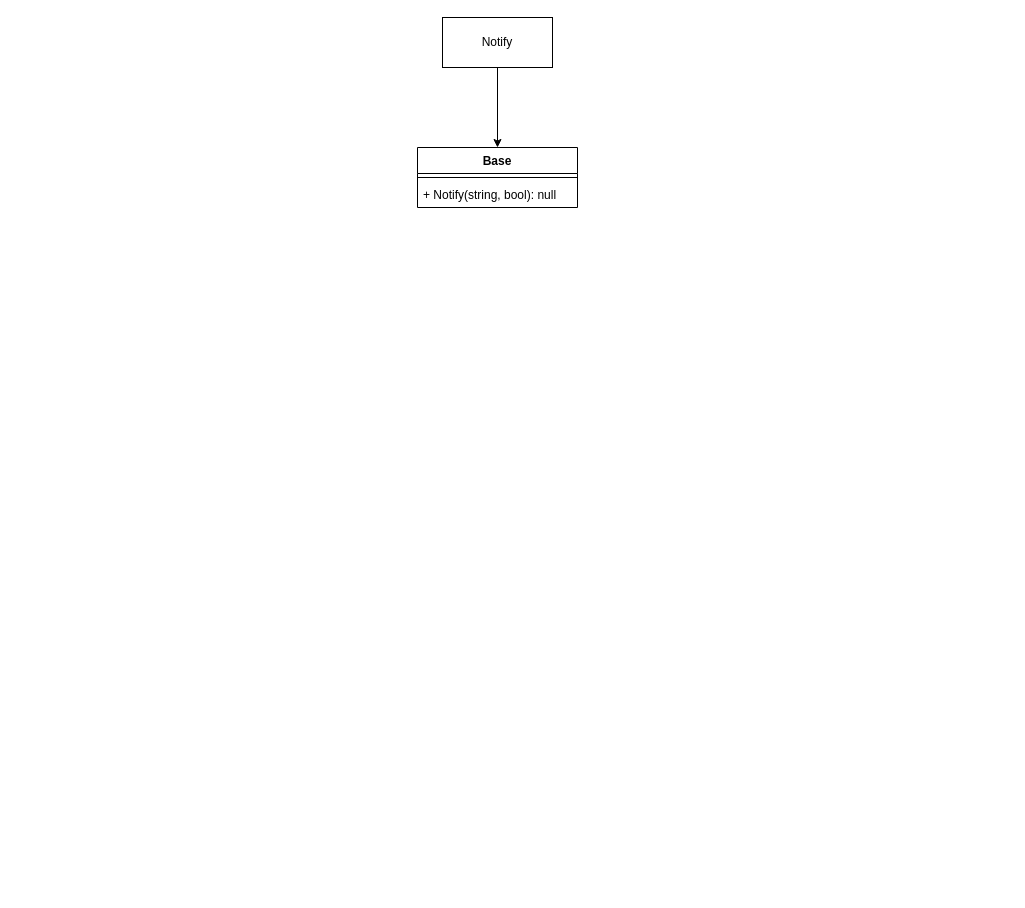
Earlier version of the draw.io diagram Диаграмма без названия.drawio (Ryize/Volma). Source tidied: cells renumbered, new cells numbered last; positions are measured from the earlier drawing's top-left corner, leaving out a move shared by most shapes. Both pictures are drawn from the tidied source at 100%, with x=0, y=0 at pixel (417, 17).
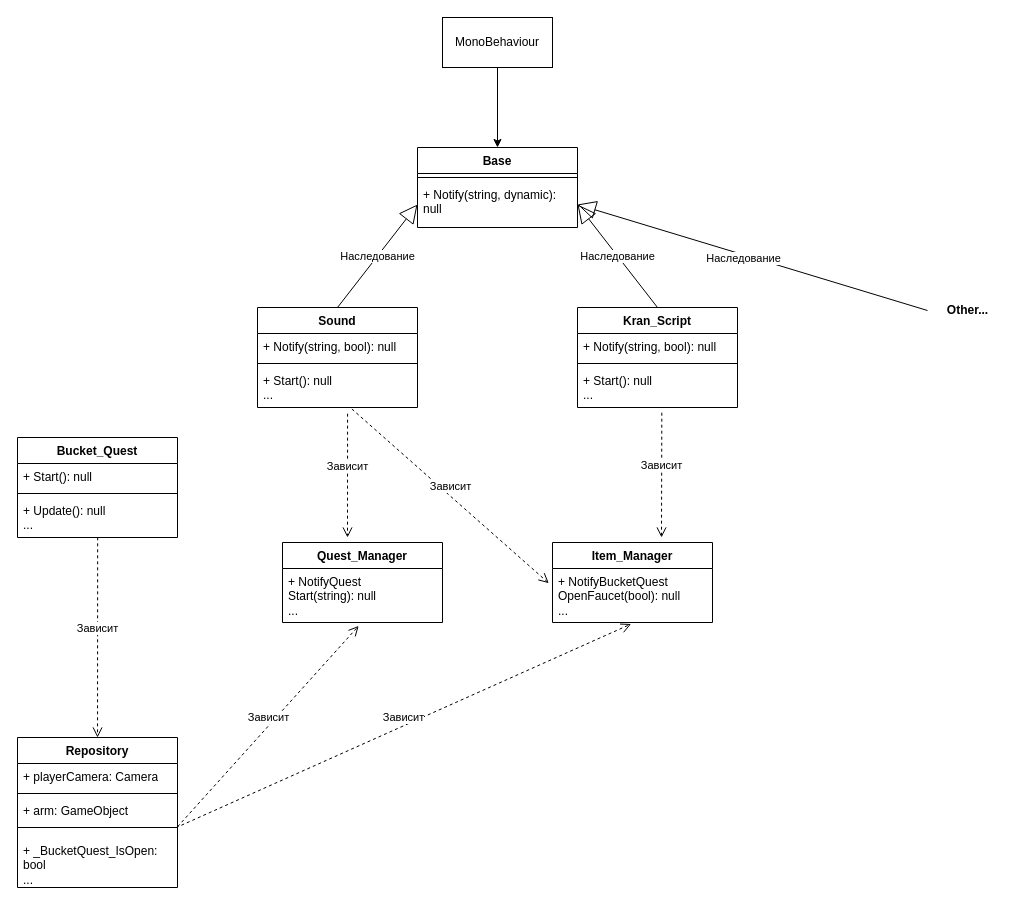
The same diagram, later.

Commit message:
Первый стабильный вариант диаграммы архитектуры

The edit, as a diff of the source:
```diff
@@
-    <mxCell id="3" value="Notify" style="html=1;whiteSpace=wrap;" parent="1" vertex="1">
+    <mxCell id="3" value="MonoBehaviour" style="html=1;whiteSpace=wrap;" parent="1" vertex="1">
       <mxGeometry x="25" width="110" height="50" as="geometry" />
     </mxCell>
     <mxCell id="4" value="Base" style="swimlane;fontStyle=1;align=center;verticalAlign=top;horizontal=1;startSize=26;whiteSpace=wrap;html=1;" parent="1" vertex="1">
-      <mxGeometry y="130" width="160" height="60" as="geometry" />
+      <mxGeometry y="130" width="160" height="80" as="geometry" />
     </mxCell>
@@
-    <mxCell id="6" value="+ Notify(string, bool): null" style="text;strokeColor=none;fillColor=none;align=left;verticalAlign=top;spacingLeft=4;spacingRight=4;overflow=hidden;points=[[0,0.5],[1,0.5]];portConstraint=eastwest;whiteSpace=wrap;html=1;" parent="4" vertex="1">
-      <mxGeometry y="34" width="160" height="26" as="geometry" />
+    <mxCell id="6" value="+ Notify(string,&amp;nbsp;dynamic&lt;span style=&quot;background-color: initial;&quot;&gt;): null&lt;/span&gt;" style="text;strokeColor=none;fillColor=none;align=left;verticalAlign=top;spacingLeft=4;spacingRight=4;overflow=hidden;points=[[0,0.5],[1,0.5]];portConstraint=eastwest;whiteSpace=wrap;html=1;" parent="4" vertex="1">
+      <mxGeometry y="34" width="160" height="46" as="geometry" />
     </mxCell>
+    <mxCell id="7" value="Sound" style="swimlane;fontStyle=1;align=center;verticalAlign=top;horizontal=1;startSize=26;whiteSpace=wrap;html=1;" parent="1" vertex="1">
+      <mxGeometry x="-160" y="290" width="160" height="100" as="geometry" />
+    </mxCell>
+    <mxCell id="8" value="+ Notify(string, bool): null" style="text;strokeColor=none;fillColor=none;align=left;verticalAlign=top;spacingLeft=4;spacingRight=4;overflow=hidden;whiteSpace=wrap;html=1;" parent="7" vertex="1">
+      <mxGeometry y="26" width="160" height="26" as="geometry" />
+    </mxCell>
+    <mxCell id="9" style="line;strokeWidth=1;fillColor=none;align=left;verticalAlign=middle;spacingTop=-1;spacingLeft=3;spacingRight=3;labelPosition=right;strokeColor=inherit;" parent="7" vertex="1">
+      <mxGeometry y="52" width="160" height="8" as="geometry" />
+    </mxCell>
+    <mxCell id="10" value="+ Start(): null&lt;br&gt;..." style="text;strokeColor=none;fillColor=none;align=left;verticalAlign=top;spacingLeft=4;spacingRight=4;overflow=hidden;points=[[0,0.5],[1,0.5]];portConstraint=eastwest;whiteSpace=wrap;html=1;" parent="7" vertex="1">
+      <mxGeometry y="60" width="160" height="40" as="geometry" />
+    </mxCell>
+    <mxCell id="11" value="Kran_Script" style="swimlane;fontStyle=1;align=center;verticalAlign=top;horizontal=1;startSize=26;whiteSpace=wrap;html=1;" parent="1" vertex="1">
+      <mxGeometry x="160" y="290" width="160" height="100" as="geometry" />
+    </mxCell>
+    <mxCell id="12" value="+ Notify(string, bool): null" style="text;strokeColor=none;fillColor=none;align=left;verticalAlign=top;spacingLeft=4;spacingRight=4;overflow=hidden;whiteSpace=wrap;html=1;" parent="11" vertex="1">
+      <mxGeometry y="26" width="160" height="26" as="geometry" />
+    </mxCell>
+    <mxCell id="13" style="line;strokeWidth=1;fillColor=none;align=left;verticalAlign=middle;spacingTop=-1;spacingLeft=3;spacingRight=3;labelPosition=right;strokeColor=inherit;" parent="11" vertex="1">
+      <mxGeometry y="52" width="160" height="8" as="geometry" />
+    </mxCell>
+    <mxCell id="14" value="+ Start(): null&lt;br&gt;..." style="text;strokeColor=none;fillColor=none;align=left;verticalAlign=top;spacingLeft=4;spacingRight=4;overflow=hidden;points=[[0,0.5],[1,0.5]];portConstraint=eastwest;whiteSpace=wrap;html=1;" parent="11" vertex="1">
+      <mxGeometry y="60" width="160" height="40" as="geometry" />
+    </mxCell>
+    <mxCell id="15" value="Наследование" style="endArrow=block;endSize=16;endFill=0;html=1;rounded=0;entryX=1;entryY=0.5;entryDx=0;entryDy=0;exitX=0.5;exitY=0;exitDx=0;exitDy=0;" parent="1" edge="1" source="11" target="6">
+      <mxGeometry relative="1" as="geometry" />
+    </mxCell>
+    <mxCell id="16" value="Наследование" style="endArrow=block;endSize=16;endFill=0;html=1;rounded=0;exitX=0.5;exitY=0;exitDx=0;exitDy=0;entryX=0;entryY=0.5;entryDx=0;entryDy=0;" parent="1" edge="1" source="7" target="6">
+      <mxGeometry relative="1" as="geometry" />
+    </mxCell>
+    <mxCell id="17" style="endArrow=block;endSize=16;endFill=0;html=1;rounded=0;entryX=1;entryY=0.5;entryDx=0;entryDy=0;exitX=0;exitY=0.5;exitDx=0;exitDy=0;" parent="1" edge="1" source="19" target="6">
+      <mxGeometry relative="1" as="geometry" />
+    </mxCell>
+    <mxCell id="18" value="Наследование" style="edgeLabel;html=1;align=center;verticalAlign=middle;" parent="17" vertex="1">
+      <mxGeometry x="0.05" y="3" relative="1" as="geometry" />
+    </mxCell>
+    <mxCell id="19" value="Other..." style="text;align=center;fontStyle=1;verticalAlign=middle;spacingLeft=3;spacingRight=3;strokeColor=none;points=[[0,0.5],[1,0.5]];portConstraint=eastwest;html=1;" parent="1" vertex="1">
+      <mxGeometry x="510" y="280" width="80" height="26" as="geometry" />
+    </mxCell>
+    <mxCell id="20" value="Item_Manager" style="swimlane;fontStyle=1;align=center;verticalAlign=top;horizontal=1;startSize=26;whiteSpace=wrap;html=1;" parent="1" vertex="1">
+      <mxGeometry x="135" y="525" width="160" height="80" as="geometry" />
+    </mxCell>
+    <mxCell id="21" value="+ NotifyBucketQuest&lt;br&gt;OpenFaucet(bool): null&lt;br&gt;..." style="text;strokeColor=none;fillColor=none;align=left;verticalAlign=top;spacingLeft=4;spacingRight=4;overflow=hidden;points=[[0,0.5],[1,0.5]];portConstraint=eastwest;whiteSpace=wrap;html=1;" parent="20" vertex="1">
+      <mxGeometry y="26" width="160" height="54" as="geometry" />
+    </mxCell>
+    <mxCell id="22" value="Quest_Manager" style="swimlane;fontStyle=1;align=center;verticalAlign=top;horizontal=1;startSize=26;whiteSpace=wrap;html=1;" parent="1" vertex="1">
+      <mxGeometry x="-135" y="525" width="160" height="80" as="geometry" />
+    </mxCell>
+    <mxCell id="23" value="+ NotifyQuest&lt;br&gt;Start(string): null&lt;br&gt;..." style="text;strokeColor=none;fillColor=none;align=left;verticalAlign=top;spacingLeft=4;spacingRight=4;overflow=hidden;points=[[0,0.5],[1,0.5]];portConstraint=eastwest;whiteSpace=wrap;html=1;" parent="22" vertex="1">
+      <mxGeometry y="26" width="160" height="54" as="geometry" />
+    </mxCell>
+    <mxCell id="24" value="Зависит" style="html=1;verticalAlign=bottom;endArrow=open;dashed=1;endSize=8;curved=0;rounded=0;exitX=0.59;exitY=1.038;exitDx=0;exitDy=0;exitPerimeter=0;entryX=-0.023;entryY=0.272;entryDx=0;entryDy=0;entryPerimeter=0;" parent="1" edge="1" source="10" target="21">
+      <mxGeometry relative="1" as="geometry" />
+    </mxCell>
+    <mxCell id="25" value="Зависит" style="html=1;verticalAlign=bottom;endArrow=open;dashed=1;endSize=8;curved=0;rounded=0;exitX=0.563;exitY=1.154;exitDx=0;exitDy=0;exitPerimeter=0;" parent="1" edge="1" source="10">
+      <mxGeometry relative="1" as="geometry">
+        <mxPoint x="-70" y="520" as="targetPoint" />
+      </mxGeometry>
+    </mxCell>
+    <mxCell id="26" value="Зависит" style="html=1;verticalAlign=bottom;endArrow=open;dashed=1;endSize=8;curved=0;rounded=0;exitX=0.527;exitY=1.13;exitDx=0;exitDy=0;exitPerimeter=0;" parent="1" edge="1" source="14">
+      <mxGeometry relative="1" as="geometry">
+        <mxPoint x="244" y="520" as="targetPoint" />
+      </mxGeometry>
+    </mxCell>
+    <mxCell id="27" value="Repository" style="swimlane;fontStyle=1;align=center;verticalAlign=top;horizontal=1;startSize=26;whiteSpace=wrap;html=1;" parent="1" vertex="1">
+      <mxGeometry x="-400" y="720" width="160" height="150" as="geometry" />
+    </mxCell>
+    <mxCell id="28" value="+ playerCamera: Camera" style="text;strokeColor=none;fillColor=none;align=left;verticalAlign=top;spacingLeft=4;spacingRight=4;overflow=hidden;whiteSpace=wrap;html=1;" parent="27" vertex="1">
+      <mxGeometry y="26" width="160" height="26" as="geometry" />
+    </mxCell>
+    <mxCell id="29" style="line;strokeWidth=1;fillColor=none;align=left;verticalAlign=middle;spacingTop=-1;spacingLeft=3;spacingRight=3;labelPosition=right;strokeColor=inherit;" parent="27" vertex="1">
+      <mxGeometry y="52" width="160" height="8" as="geometry" />
+    </mxCell>
+    <mxCell id="30" value="+ arm: GameObject" style="text;strokeColor=none;fillColor=none;align=left;verticalAlign=top;spacingLeft=4;spacingRight=4;overflow=hidden;whiteSpace=wrap;html=1;" parent="27" vertex="1">
+      <mxGeometry y="60" width="160" height="20" as="geometry" />
+    </mxCell>
+    <mxCell id="31" style="line;strokeWidth=1;fillColor=none;align=left;verticalAlign=middle;spacingTop=-1;spacingLeft=3;spacingRight=3;labelPosition=right;points=[];portConstraint=eastwest;strokeColor=inherit;" parent="27" vertex="1">
+      <mxGeometry y="80" width="160" height="20" as="geometry" />
+    </mxCell>
+    <mxCell id="32" value="+&amp;nbsp;_BucketQuest_IsOpen&lt;span style=&quot;background-color: initial;&quot;&gt;: bool&lt;br&gt;...&lt;br&gt;&lt;/span&gt;" style="text;strokeColor=none;fillColor=none;align=left;verticalAlign=top;spacingLeft=4;spacingRight=4;overflow=hidden;whiteSpace=wrap;html=1;" parent="27" vertex="1">
+      <mxGeometry y="100" width="160" height="50" as="geometry" />
+    </mxCell>
+    <mxCell id="33" value="Зависит" style="html=1;verticalAlign=bottom;endArrow=open;dashed=1;endSize=8;curved=0;rounded=0;exitX=1.001;exitY=0.457;exitDx=0;exitDy=0;exitPerimeter=0;entryX=0.476;entryY=1.063;entryDx=0;entryDy=0;entryPerimeter=0;" parent="1" edge="1" source="31" target="23">
+      <mxGeometry relative="1" as="geometry" />
+    </mxCell>
+    <mxCell id="34" value="Зависит" style="html=1;verticalAlign=bottom;endArrow=open;dashed=1;endSize=8;curved=0;rounded=0;entryX=0.491;entryY=1.028;entryDx=0;entryDy=0;entryPerimeter=0;exitX=0.99;exitY=0.511;exitDx=0;exitDy=0;exitPerimeter=0;" parent="1" edge="1" source="31" target="21">
+      <mxGeometry relative="1" as="geometry" />
+    </mxCell>
+    <mxCell id="35" value="Bucket_Quest" style="swimlane;fontStyle=1;align=center;verticalAlign=top;horizontal=1;startSize=26;whiteSpace=wrap;html=1;" parent="1" vertex="1">
+      <mxGeometry x="-400" y="420" width="160" height="100" as="geometry" />
+    </mxCell>
+    <mxCell id="36" value="+ Start(): null" style="text;strokeColor=none;fillColor=none;align=left;verticalAlign=top;spacingLeft=4;spacingRight=4;overflow=hidden;whiteSpace=wrap;html=1;" parent="35" vertex="1">
+      <mxGeometry y="26" width="160" height="26" as="geometry" />
+    </mxCell>
+    <mxCell id="37" style="line;strokeWidth=1;fillColor=none;align=left;verticalAlign=middle;spacingTop=-1;spacingLeft=3;spacingRight=3;labelPosition=right;strokeColor=inherit;" parent="35" vertex="1">
+      <mxGeometry y="52" width="160" height="8" as="geometry" />
+    </mxCell>
+    <mxCell id="38" value="+ Update(): null&lt;br&gt;..." style="text;strokeColor=none;fillColor=none;align=left;verticalAlign=top;spacingLeft=4;spacingRight=4;overflow=hidden;points=[[0,0.5],[1,0.5]];portConstraint=eastwest;whiteSpace=wrap;html=1;" parent="35" vertex="1">
+      <mxGeometry y="60" width="160" height="40" as="geometry" />
+    </mxCell>
+    <mxCell id="39" value="Зависит" style="html=1;verticalAlign=bottom;endArrow=open;dashed=1;endSize=8;curved=0;rounded=0;exitX=0.501;exitY=0.996;exitDx=0;exitDy=0;exitPerimeter=0;" parent="1" edge="1" source="38" target="27">
+      <mxGeometry relative="1" as="geometry" />
+    </mxCell>
```
